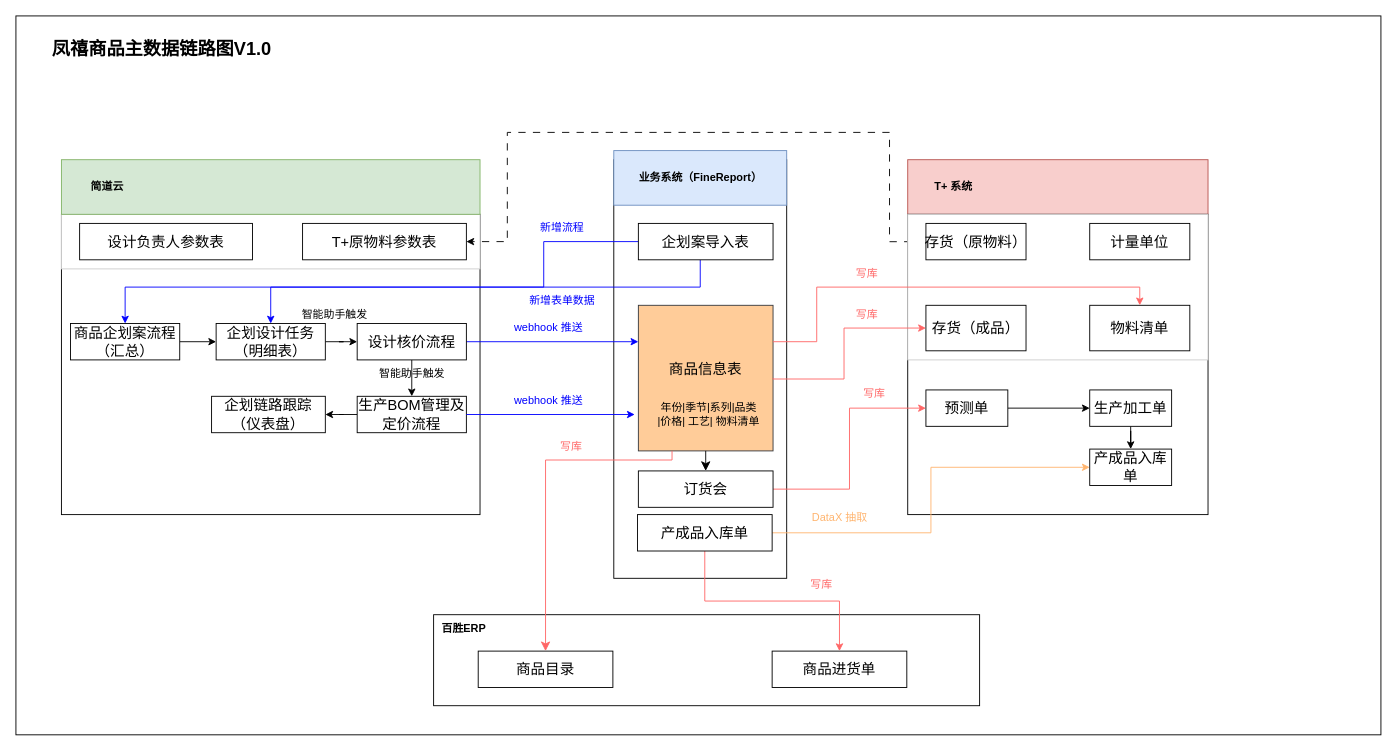
Before: page "商品主数据梳理" (2 of 2) of FX 商品数据流转图.drawio in leonhard1Q84/leonhard1Q84.github.io, a draw.io diagram. Source tidied: cells renumbered, new cells numbered last; positions are measured from the earlier drawing's top-left corner, leaving out a move shared by most shapes. Both pictures are drawn from the tidied source at 91%, with x=0, y=0 at pixel (15, 15).
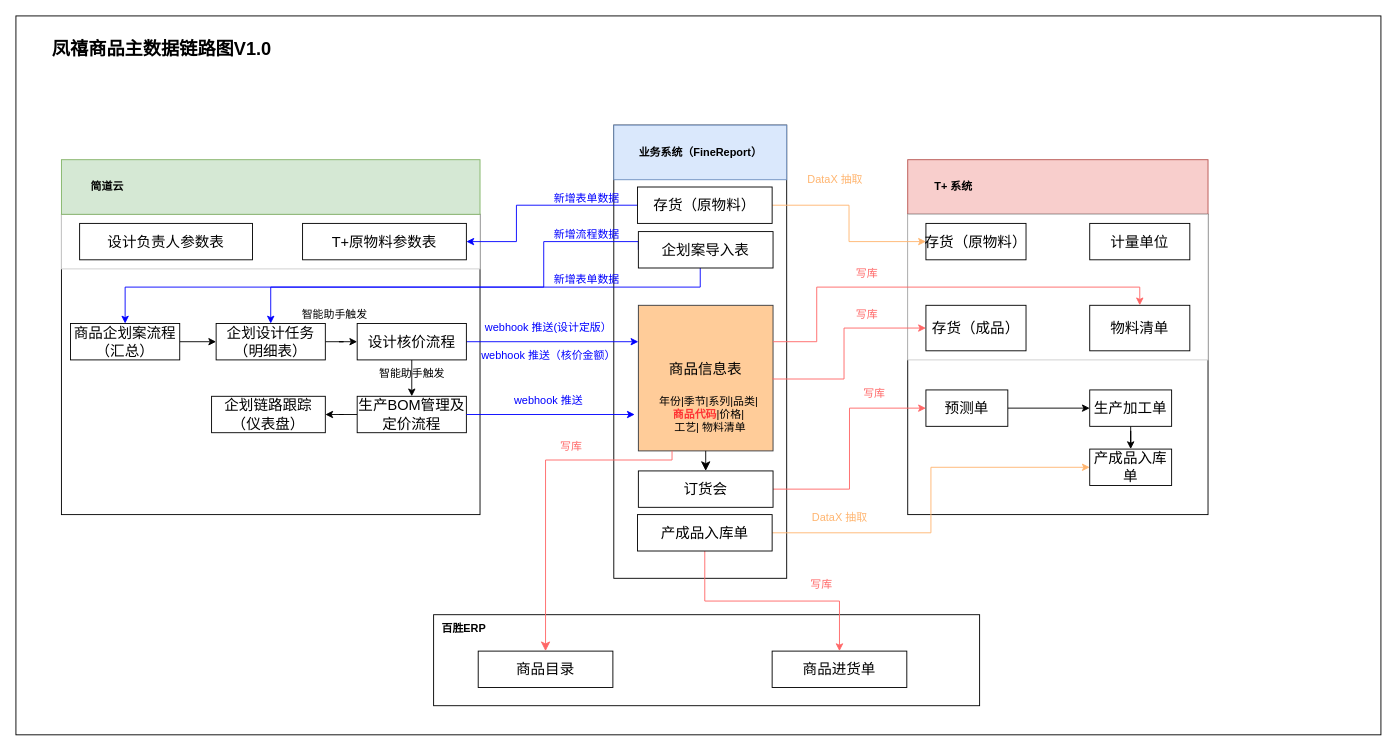
The same diagram, later.

Unchanged cells that the change refers to:
```xml
<mxCell id="8" value="T+原物料参数表" style="rounded=0;whiteSpace=wrap;html=1;fontSize=16;" parent="1" vertex="1">
  <mxGeometry x="315" y="228" width="180" height="40" as="geometry" />
</mxCell>
<mxCell id="59" value="&lt;span style=&quot;text-wrap: nowrap; font-size: 16px;&quot;&gt;存货（原物料）&lt;/span&gt;" style="rounded=0;whiteSpace=wrap;html=1;fontSize=16;" parent="1" vertex="1">
  <mxGeometry x="1000" y="228" width="110" height="40" as="geometry" />
</mxCell>
```

Change to the diagram source:
```diff
@@
     <mxCell id="19" style="rounded=0;whiteSpace=wrap;html=1;" parent="1" vertex="1">
-      <mxGeometry x="657" y="158" width="190" height="460" as="geometry" />
+      <mxGeometry x="657" y="120" width="190" height="498" as="geometry" />
     </mxCell>
-    <mxCell id="20" style="edgeStyle=orthogonalEdgeStyle;rounded=0;jettySize=auto;html=1;entryX=1;entryY=0.5;entryDx=0;entryDy=0;dashed=1;dashPattern=8 8;" parent="1" edge="1" target="8">
-      <mxGeometry relative="1" as="geometry">
-        <mxPoint x="1000" y="248.1" as="sourcePoint" />
-        <Array as="points">
-          <mxPoint x="960" y="248" />
-          <mxPoint x="960" y="128" />
-          <mxPoint x="540" y="128" />
-          <mxPoint x="540" y="248" />
-        </Array>
-      </mxGeometry>
-    </mxCell>
@@
     <mxCell id="29" value="企划案导入表" style="rounded=0;whiteSpace=wrap;html=1;fontSize=16;" parent="1" vertex="1">
-      <mxGeometry x="684" y="228" width="148" height="40" as="geometry" />
+      <mxGeometry x="684" y="237" width="148" height="40" as="geometry" />
     </mxCell>
@@
-    <mxCell id="31" value="新增流程" style="text;html=1;align=center;verticalAlign=middle;strokeColor=none;fillColor=none;fontColor=#0000FF;" parent="1" vertex="1">
-      <mxGeometry x="565" y="218" width="70" height="30" as="geometry" />
+    <mxCell id="31" value="新增流程数据" style="text;html=1;align=center;verticalAlign=middle;strokeColor=none;fillColor=none;fontColor=#0000FF;" parent="1" vertex="1">
+      <mxGeometry x="577" y="225" width="100" height="30" as="geometry" />
     </mxCell>
     <mxCell id="32" value="新增表单数据" style="text;html=1;align=center;verticalAlign=middle;strokeColor=none;fillColor=none;fontColor=#0000FF;" parent="1" vertex="1">
-      <mxGeometry x="550" y="298" width="100" height="30" as="geometry" />
+      <mxGeometry x="577" y="275" width="100" height="30" as="geometry" />
     </mxCell>
@@
-    <mxCell id="36" value="webhook 推送" style="text;html=1;align=center;verticalAlign=middle;strokeColor=none;fillColor=none;fontColor=#0000FF;" parent="1" vertex="1">
-      <mxGeometry x="535" y="328" width="100" height="30" as="geometry" />
+    <mxCell id="36" value="webhook 推送(设计定版）" style="text;html=1;align=center;verticalAlign=middle;strokeColor=none;fillColor=none;fontColor=#0000FF;" parent="1" vertex="1">
+      <mxGeometry x="505" y="328" width="160" height="30" as="geometry" />
     </mxCell>
@@
-    <mxCell id="39" value="年份|季节|系列|品类&lt;div&gt;|价格| 工艺| 物料清单&lt;/div&gt;" style="text;html=1;align=center;verticalAlign=middle;strokeColor=none;fillColor=none;" parent="1" vertex="1">
-      <mxGeometry x="691" y="418" width="140" height="40" as="geometry" />
+    <mxCell id="39" value="年份|季节|系列|品类|&lt;div&gt;&lt;b&gt;&lt;font color=&quot;#ff3333&quot;&gt;商品代码&lt;/font&gt;&lt;/b&gt;&lt;span style=&quot;background-color: initial;&quot;&gt;|价格|&lt;/span&gt;&lt;/div&gt;&lt;div&gt;&lt;span style=&quot;background-color: initial;&quot;&gt;&amp;nbsp;工艺| 物料清单&lt;/span&gt;&lt;/div&gt;" style="text;html=1;align=center;verticalAlign=middle;strokeColor=none;fillColor=none;" parent="1" vertex="1">
+      <mxGeometry x="696" y="408" width="130" height="60" as="geometry" />
     </mxCell>
     <mxCell id="40" style="rounded=0;whiteSpace=wrap;html=1;fillColor=#dae8fc;strokeColor=#6c8ebf;" parent="1" vertex="1">
-      <mxGeometry x="657" y="148" width="190" height="60" as="geometry" />
+      <mxGeometry x="657" y="120" width="190" height="60" as="geometry" />
     </mxCell>
     <mxCell id="41" value="业务系统（FineReport）" style="text;html=1;align=center;verticalAlign=middle;strokeColor=none;fillColor=none;fontStyle=1;" parent="1" vertex="1">
-      <mxGeometry x="677" y="163" width="150" height="30" as="geometry" />
+      <mxGeometry x="677" y="135" width="150" height="30" as="geometry" />
     </mxCell>
@@
+    <mxCell id="68" value="webhook 推送（核价金额）" style="text;html=1;align=center;verticalAlign=middle;strokeColor=none;fillColor=none;fontColor=#0000FF;" parent="1" vertex="1">
+      <mxGeometry x="500" y="358" width="170" height="30" as="geometry" />
+    </mxCell>
+    <mxCell id="69" style="edgeStyle=orthogonalEdgeStyle;rounded=0;jettySize=auto;html=1;strokeColor=#FFB570;" parent="1" edge="1" source="71" target="59">
+      <mxGeometry relative="1" as="geometry" />
+    </mxCell>
+    <mxCell id="70" style="edgeStyle=orthogonalEdgeStyle;rounded=0;jettySize=auto;html=1;strokeColor=#0000FF;" parent="1" edge="1" source="71" target="8">
+      <mxGeometry relative="1" as="geometry">
+        <Array as="points">
+          <mxPoint x="550" y="208" />
+          <mxPoint x="550" y="248" />
+        </Array>
+      </mxGeometry>
+    </mxCell>
+    <mxCell id="71" value="存货（原物料）" style="rounded=0;whiteSpace=wrap;html=1;fontSize=16;" parent="1" vertex="1">
+      <mxGeometry x="683" y="188" width="148" height="40" as="geometry" />
+    </mxCell>
+    <mxCell id="72" value="DataX 抽取" style="text;html=1;align=center;verticalAlign=middle;strokeColor=none;fillColor=none;fontColor=#FFB570;" parent="1" vertex="1">
+      <mxGeometry x="860" y="165" width="80" height="30" as="geometry" />
+    </mxCell>
+    <mxCell id="73" value="新增表单数据" style="text;html=1;align=center;verticalAlign=middle;strokeColor=none;fillColor=none;fontColor=#0000FF;" parent="1" vertex="1">
+      <mxGeometry x="577" y="186" width="100" height="30" as="geometry" />
+    </mxCell>
```
